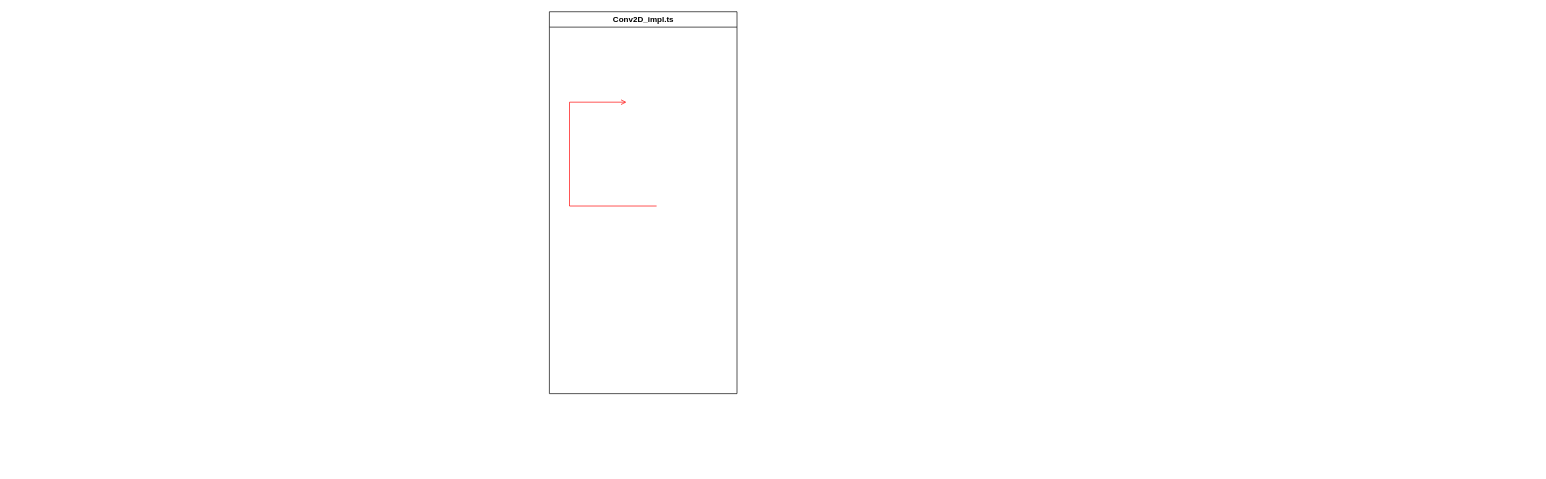
Earlier version of the draw.io diagram Untitled Diagram.drawio (haoyunfeix/note). Source tidied: cells renumbered, new cells numbered last; positions are measured from the earlier drawing's top-left corner, leaving out a move shared by most shapes. Both pictures are drawn from the tidied source at 67%, with x=0, y=0 at pixel (549, 11).
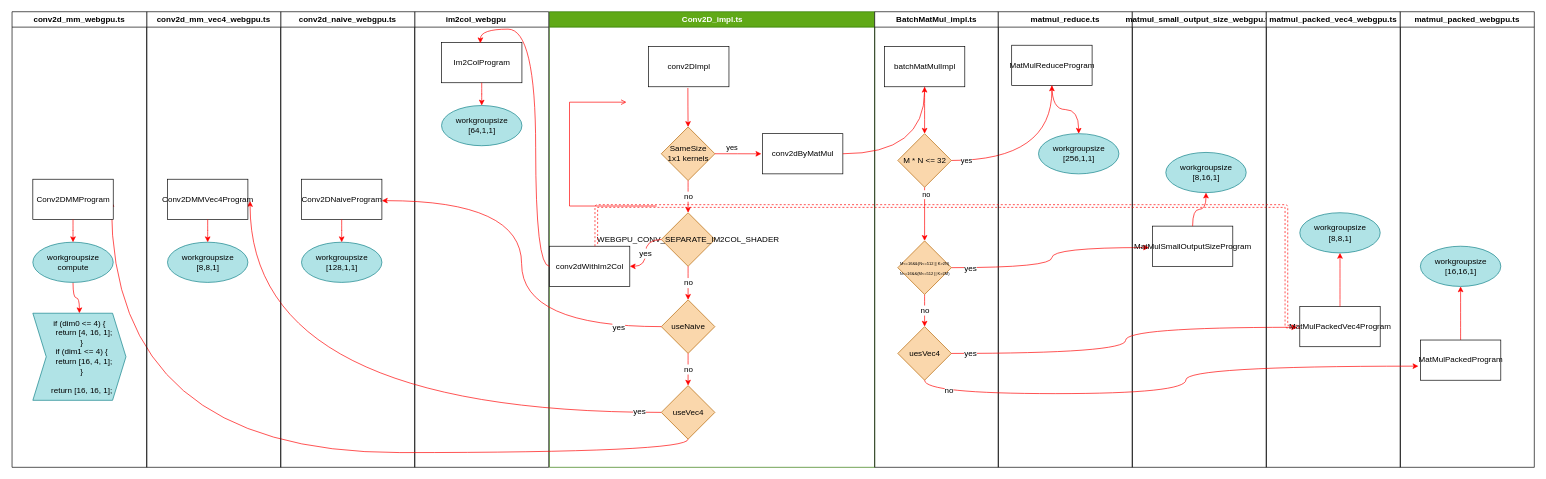
The same diagram, later.

Change to the diagram source:
```diff
@@
-    <mxCell id="2" value="Conv2D_impl.ts" style="swimlane;whiteSpace=wrap;" parent="1" vertex="1">
-      <mxGeometry x="0.5" width="280" height="570" as="geometry" />
+    <mxCell id="2" value="Conv2D_impl.ts" style="swimlane;whiteSpace=wrap;fillColor=#60a917;fontColor=#ffffff;strokeColor=#2D7600;" parent="1" vertex="1">
+      <mxGeometry x="0.5" width="485.5" height="680" as="geometry" />
     </mxCell>
@@
+    <mxCell id="4" value="conv2DImpl" style="rounded=0;whiteSpace=wrap;html=1;" parent="2" vertex="1">
+      <mxGeometry x="148" y="52" width="120" height="60" as="geometry" />
+    </mxCell>
+    <mxCell id="5" value="conv2dByMatMul" style="whiteSpace=wrap;html=1;fillColor=rgb(255, 255, 255);strokeColor=rgb(0, 0, 0);fontColor=rgb(0, 0, 0);rounded=0;" parent="2" vertex="1">
+      <mxGeometry x="318" y="182" width="120" height="60" as="geometry" />
+    </mxCell>
+    <mxCell id="6" value="SameSize&lt;br&gt;1x1 kernels" style="rhombus;whiteSpace=wrap;html=1;fillColor=#fad7ac;strokeColor=#b46504;rounded=0;" parent="2" vertex="1">
+      <mxGeometry x="167" y="172" width="80" height="80" as="geometry" />
+    </mxCell>
+    <mxCell id="7" style="edgeStyle=orthogonalEdgeStyle;jettySize=auto;html=1;fillColor=#e51400;strokeColor=#ff0000;curved=1;exitX=0.489;exitY=1.03;exitDx=0;exitDy=0;exitPerimeter=0;" parent="2" edge="1" source="4" target="6">
+      <mxGeometry relative="1" as="geometry" />
+    </mxCell>
+    <mxCell id="8" value="yes" style="edgeStyle=orthogonalEdgeStyle;curved=1;jettySize=auto;html=1;entryX=-0.014;entryY=0.501;entryDx=0;entryDy=0;entryPerimeter=0;align=right;verticalAlign=bottom;labelPosition=left;verticalLabelPosition=top;strokeColor=#FF0000;" parent="2" edge="1" source="6" target="5">
+      <mxGeometry relative="1" as="geometry" />
+    </mxCell>
+    <mxCell id="9" value="conv2dWithIm2Col" style="whiteSpace=wrap;html=1;fillColor=rgb(255, 255, 255);strokeColor=rgb(0, 0, 0);fontColor=rgb(0, 0, 0);rounded=0;" parent="2" vertex="1">
+      <mxGeometry y="350" width="120" height="60" as="geometry" />
+    </mxCell>
+    <mxCell id="10" value="useNaive" style="rhombus;whiteSpace=wrap;html=1;rounded=0;fillColor=#fad7ac;strokeColor=#b46504;" parent="2" vertex="1">
+      <mxGeometry x="167" y="430" width="80" height="80" as="geometry" />
+    </mxCell>
+    <mxCell id="11" value="WEBGPU_CONV_SEPARATE_IM2COL_SHADER" style="rhombus;whiteSpace=wrap;html=1;fillColor=#fad7ac;strokeColor=#b46504;rounded=0;" parent="2" vertex="1">
+      <mxGeometry x="167" y="300" width="80" height="80" as="geometry" />
+    </mxCell>
+    <mxCell id="12" value="no" style="edgeStyle=orthogonalEdgeStyle;curved=1;jettySize=auto;html=1;fontSize=12;strokeColor=#ff0000;" parent="2" edge="1" source="6" target="11">
+      <mxGeometry relative="1" as="geometry" />
+    </mxCell>
+    <mxCell id="13" value="yes" style="edgeStyle=orthogonalEdgeStyle;curved=1;jettySize=auto;html=1;fontSize=12;strokeColor=#FF0000;" parent="2" edge="1" source="11" target="9">
+      <mxGeometry relative="1" as="geometry" />
+    </mxCell>
+    <mxCell id="14" value="no" style="edgeStyle=orthogonalEdgeStyle;curved=1;jettySize=auto;html=1;fontSize=12;strokeColor=#FF0000;" parent="2" edge="1" source="11" target="10">
+      <mxGeometry relative="1" as="geometry" />
+    </mxCell>
+    <mxCell id="15" value="BatchMatMul_impl.ts" style="swimlane;whiteSpace=wrap;" parent="1" vertex="1">
+      <mxGeometry x="486" width="184.5" height="680" as="geometry" />
+    </mxCell>
+    <mxCell id="16" value="batchMatMulImpl" style="whiteSpace=wrap;html=1;fillColor=rgb(255, 255, 255);strokeColor=rgb(0, 0, 0);fontColor=rgb(0, 0, 0);rounded=0;" parent="15" vertex="1">
+      <mxGeometry x="14.5" y="52" width="120" height="60" as="geometry" />
+    </mxCell>
+    <mxCell id="17" value="&lt;font style=&quot;font-size: 12px;&quot;&gt;uesVec4&lt;br style=&quot;font-size: 12px;&quot;&gt;&lt;/font&gt;" style="rhombus;whiteSpace=wrap;html=1;fillColor=#fad7ac;strokeColor=#b46504;rounded=0;fontSize=12;" parent="15" vertex="1">
+      <mxGeometry x="34.5" y="470" width="80" height="80" as="geometry" />
+    </mxCell>
+    <mxCell id="18" style="edgeStyle=orthogonalEdgeStyle;curved=1;jettySize=auto;html=1;strokeColor=#ff0000;" parent="1" edge="1" source="5" target="16">
+      <mxGeometry relative="1" as="geometry" />
+    </mxCell>
+    <mxCell id="19" style="edgeStyle=orthogonalEdgeStyle;curved=1;jettySize=auto;html=1;strokeColor=#ff0000;" parent="1" edge="1" source="23">
+      <mxGeometry relative="1" as="geometry">
+        <mxPoint x="750.5" y="110" as="targetPoint" />
+      </mxGeometry>
+    </mxCell>
+    <mxCell id="20" value="yes" style="edgeLabel;html=1;align=center;verticalAlign=middle;" parent="19" vertex="1">
+      <mxGeometry x="-0.83" y="1" relative="1" as="geometry" />
+    </mxCell>
+    <mxCell id="21" style="edgeStyle=orthogonalEdgeStyle;curved=1;jettySize=auto;html=1;strokeColor=#ff0000;" parent="1" edge="1" source="23" target="32">
+      <mxGeometry relative="1" as="geometry" />
+    </mxCell>
+    <mxCell id="22" value="no" style="edgeLabel;html=1;align=center;verticalAlign=middle;" parent="21" vertex="1">
+      <mxGeometry x="-0.76" y="2" relative="1" as="geometry" />
+    </mxCell>
+    <mxCell id="23" value="M * N &amp;lt;= 32" style="rhombus;whiteSpace=wrap;html=1;fillColor=#fad7ac;strokeColor=#b46504;rounded=0;" parent="1" vertex="1">
+      <mxGeometry x="520.5" y="182" width="80" height="80" as="geometry" />
+    </mxCell>
+    <mxCell id="24" style="edgeStyle=orthogonalEdgeStyle;curved=1;jettySize=auto;html=1;strokeColor=#ff0000;" parent="1" edge="1" source="16" target="23">
+      <mxGeometry relative="1" as="geometry" />
+    </mxCell>
+    <mxCell id="25" value="matmul_reduce.ts" style="swimlane;" parent="1" vertex="1">
+      <mxGeometry x="670.5" width="200" height="680" as="geometry" />
+    </mxCell>
+    <mxCell id="26" value="MatMulReduceProgram" style="whiteSpace=wrap;html=1;fillColor=rgb(255, 255, 255);strokeColor=rgb(0, 0, 0);fontColor=rgb(0, 0, 0);rounded=0;" parent="25" vertex="1">
+      <mxGeometry x="20" y="50" width="120" height="60" as="geometry" />
+    </mxCell>
+    <mxCell id="27" value="workgroupsize&lt;br&gt;[256,1,1]" style="ellipse;whiteSpace=wrap;html=1;fillColor=#b0e3e6;strokeColor=#0e8088;rounded=0;" parent="25" vertex="1">
+      <mxGeometry x="60" y="182" width="120" height="60" as="geometry" />
+    </mxCell>
+    <mxCell id="28" style="edgeStyle=orthogonalEdgeStyle;curved=1;jettySize=auto;html=1;strokeColor=#ff0000;" parent="25" edge="1" source="26" target="27">
+      <mxGeometry relative="1" as="geometry" />
+    </mxCell>
+    <mxCell id="29" style="edgeStyle=orthogonalEdgeStyle;curved=1;jettySize=auto;html=1;fontSize=6;strokeColor=#ff0000;entryX=-0.042;entryY=0.533;entryDx=0;entryDy=0;entryPerimeter=0;" parent="1" edge="1" source="32" target="34">
+      <mxGeometry relative="1" as="geometry" />
+    </mxCell>
+    <mxCell id="30" value="yes" style="edgeLabel;html=1;align=center;verticalAlign=middle;fontSize=12;" parent="29" vertex="1">
+      <mxGeometry x="-0.83" relative="1" as="geometry" />
+    </mxCell>
+    <mxCell id="31" value="no" style="edgeStyle=orthogonalEdgeStyle;curved=1;jettySize=auto;html=1;fontSize=12;strokeColor=#ff0000;" parent="1" edge="1" source="32" target="17">
+      <mxGeometry relative="1" as="geometry" />
+    </mxCell>
+    <mxCell id="32" value="&lt;font style=&quot;font-size: 6px&quot;&gt;M&amp;lt;=16&amp;amp;&amp;amp;(N&amp;lt;=512 || K&amp;gt;2N)&lt;br&gt;N&amp;lt;=16&amp;amp;&amp;amp;(M&amp;lt;=512 || K&amp;gt;2M)&lt;br&gt;&lt;/font&gt;" style="rhombus;whiteSpace=wrap;html=1;fillColor=#fad7ac;strokeColor=#b46504;rounded=0;" parent="1" vertex="1">
+      <mxGeometry x="520.5" y="342" width="80" height="80" as="geometry" />
+    </mxCell>
+    <mxCell id="33" value="matmul_small_output_size_webgpu.ts" style="swimlane;fontSize=12;" parent="1" vertex="1">
+      <mxGeometry x="870.5" width="200" height="680" as="geometry" />
+    </mxCell>
+    <mxCell id="34" value="MatMulSmallOutputSizeProgram" style="whiteSpace=wrap;html=1;fillColor=rgb(255, 255, 255);strokeColor=rgb(0, 0, 0);fontColor=rgb(0, 0, 0);rounded=0;" parent="33" vertex="1">
+      <mxGeometry x="30" y="320" width="120" height="60" as="geometry" />
+    </mxCell>
+    <mxCell id="35" value="workgroupsize&lt;br&gt;[8,16,1]" style="ellipse;whiteSpace=wrap;html=1;fillColor=#b0e3e6;strokeColor=#0e8088;rounded=0;" parent="33" vertex="1">
+      <mxGeometry x="50" y="210" width="120" height="60" as="geometry" />
+    </mxCell>
+    <mxCell id="36" style="edgeStyle=orthogonalEdgeStyle;curved=1;jettySize=auto;html=1;fontSize=12;strokeColor=#ff0000;" parent="33" edge="1" source="34" target="35">
+      <mxGeometry relative="1" as="geometry" />
+    </mxCell>
+    <mxCell id="37" style="edgeStyle=orthogonalEdgeStyle;curved=1;jettySize=auto;html=1;fontSize=12;strokeColor=#ff0000;entryX=-0.033;entryY=0.517;entryDx=0;entryDy=0;entryPerimeter=0;" parent="1" edge="1" source="17" target="40">
+      <mxGeometry relative="1" as="geometry" />
+    </mxCell>
+    <mxCell id="38" value="yes" style="edgeLabel;html=1;align=center;verticalAlign=middle;fontSize=12;" parent="37" vertex="1">
+      <mxGeometry x="-0.9" relative="1" as="geometry" />
+    </mxCell>
+    <mxCell id="39" value="matmul_packed_vec4_webgpu.ts" style="swimlane;fontSize=12;" parent="1" vertex="1">
+      <mxGeometry x="1070.5" width="200" height="680" as="geometry" />
+    </mxCell>
+    <mxCell id="40" value="MatMulPackedVec4Program" style="whiteSpace=wrap;html=1;fillColor=rgb(255, 255, 255);strokeColor=rgb(0, 0, 0);fontColor=rgb(0, 0, 0);rounded=0;" parent="39" vertex="1">
+      <mxGeometry x="50" y="440" width="120" height="60" as="geometry" />
+    </mxCell>
+    <mxCell id="41" value="matmul_packed_webgpu.ts" style="swimlane;fontSize=12;" parent="1" vertex="1">
+      <mxGeometry x="1270.5" width="200" height="680" as="geometry" />
+    </mxCell>
+    <mxCell id="42" style="edgeStyle=orthogonalEdgeStyle;curved=1;jettySize=auto;html=1;fontSize=12;strokeColor=#ff0000;" parent="41" edge="1" source="43" target="44">
+      <mxGeometry relative="1" as="geometry" />
+    </mxCell>
+    <mxCell id="43" value="MatMulPackedProgram" style="whiteSpace=wrap;html=1;fillColor=rgb(255, 255, 255);strokeColor=rgb(0, 0, 0);fontColor=rgb(0, 0, 0);rounded=0;" parent="41" vertex="1">
+      <mxGeometry x="30" y="490" width="120" height="60" as="geometry" />
+    </mxCell>
+    <mxCell id="44" value="workgroupsize&lt;br&gt;[16,16,1]" style="ellipse;whiteSpace=wrap;html=1;fillColor=#b0e3e6;strokeColor=#0e8088;rounded=0;" parent="41" vertex="1">
+      <mxGeometry x="30" y="350" width="120" height="60" as="geometry" />
+    </mxCell>
+    <mxCell id="45" value="workgroupsize&lt;br&gt;[8,8,1]" style="ellipse;whiteSpace=wrap;html=1;fillColor=#b0e3e6;strokeColor=#0e8088;rounded=0;" parent="1" vertex="1">
+      <mxGeometry x="1120.5" y="300" width="120" height="60" as="geometry" />
+    </mxCell>
+    <mxCell id="46" style="edgeStyle=orthogonalEdgeStyle;curved=1;jettySize=auto;html=1;fontSize=12;strokeColor=#ff0000;" parent="1" edge="1" source="40" target="45">
+      <mxGeometry relative="1" as="geometry" />
+    </mxCell>
+    <mxCell id="47" style="edgeStyle=orthogonalEdgeStyle;curved=1;jettySize=auto;html=1;fontSize=12;strokeColor=#ff0000;exitX=0.5;exitY=1;exitDx=0;exitDy=0;entryX=-0.025;entryY=0.65;entryDx=0;entryDy=0;entryPerimeter=0;" parent="1" edge="1" source="17" target="43">
+      <mxGeometry relative="1" as="geometry" />
+    </mxCell>
+    <mxCell id="48" value="no" style="edgeLabel;html=1;align=center;verticalAlign=middle;fontSize=12;" parent="47" vertex="1">
+      <mxGeometry x="-0.86" y="6" relative="1" as="geometry" />
+    </mxCell>
+    <mxCell id="49" value="im2col_webgpu     " style="swimlane;fontSize=12;" parent="1" vertex="1">
+      <mxGeometry x="-200.5" width="200" height="680" as="geometry" />
+    </mxCell>
+    <mxCell id="50" value="Im2ColProgram" style="whiteSpace=wrap;html=1;fillColor=rgb(255, 255, 255);strokeColor=rgb(0, 0, 0);fontColor=rgb(0, 0, 0);rounded=0;" parent="49" vertex="1">
+      <mxGeometry x="40" y="46" width="120" height="60" as="geometry" />
+    </mxCell>
+    <mxCell id="51" value="workgroupsize&lt;br&gt;[64,1,1]" style="ellipse;whiteSpace=wrap;html=1;fillColor=#b0e3e6;strokeColor=#0e8088;rounded=0;" parent="49" vertex="1">
+      <mxGeometry x="40" y="140" width="120" height="60" as="geometry" />
+    </mxCell>
+    <mxCell id="52" style="edgeStyle=orthogonalEdgeStyle;curved=1;jettySize=auto;html=1;fontSize=12;strokeColor=#FF0000;" parent="49" edge="1" source="50" target="51">
+      <mxGeometry relative="1" as="geometry" />
+    </mxCell>
+    <mxCell id="53" style="edgeStyle=orthogonalEdgeStyle;curved=1;jettySize=auto;html=1;fontSize=12;strokeColor=#FF0000;entryX=0.483;entryY=0.017;entryDx=0;entryDy=0;entryPerimeter=0;" parent="1" edge="1" source="9" target="50">
+      <mxGeometry relative="1" as="geometry" />
+    </mxCell>
+    <mxCell id="54" style="edgeStyle=orthogonalEdgeStyle;curved=1;jettySize=auto;html=1;fontSize=12;strokeColor=#FF0000;dashed=1;shape=link;" parent="1" edge="1" source="9" target="40">
+      <mxGeometry relative="1" as="geometry">
+        <Array as="points">
+          <mxPoint x="70.5" y="290" />
+          <mxPoint x="1100.5" y="290" />
+          <mxPoint x="1100.5" y="470" />
+        </Array>
+      </mxGeometry>
+    </mxCell>
+    <mxCell id="55" value="conv2d_naive_webgpu.ts" style="swimlane;fontSize=12;" parent="1" vertex="1">
+      <mxGeometry x="-400.5" width="200" height="680" as="geometry" />
+    </mxCell>
+    <mxCell id="56" value="Conv2DNaiveProgram" style="whiteSpace=wrap;html=1;fillColor=rgb(255, 255, 255);strokeColor=rgb(0, 0, 0);fontColor=rgb(0, 0, 0);rounded=0;" parent="55" vertex="1">
+      <mxGeometry x="31" y="250" width="120" height="60" as="geometry" />
+    </mxCell>
+    <mxCell id="57" value="workgroupsize&lt;br&gt;[128,1,1]" style="ellipse;whiteSpace=wrap;html=1;fillColor=#b0e3e6;strokeColor=#0e8088;rounded=0;" parent="55" vertex="1">
+      <mxGeometry x="31" y="344" width="120" height="60" as="geometry" />
+    </mxCell>
+    <mxCell id="58" style="edgeStyle=orthogonalEdgeStyle;curved=1;jettySize=auto;html=1;fontSize=12;strokeColor=#FF0000;" parent="55" edge="1" source="56" target="57">
+      <mxGeometry relative="1" as="geometry" />
+    </mxCell>
+    <mxCell id="59" style="edgeStyle=orthogonalEdgeStyle;curved=1;jettySize=auto;html=1;fontSize=12;strokeColor=#FF0000;entryX=1;entryY=0.533;entryDx=0;entryDy=0;entryPerimeter=0;" parent="1" edge="1" source="10" target="56">
+      <mxGeometry relative="1" as="geometry" />
+    </mxCell>
+    <mxCell id="60" value="yes" style="edgeLabel;html=1;align=center;verticalAlign=middle;fontSize=12;" parent="59" vertex="1">
+      <mxGeometry x="-0.79" y="1" relative="1" as="geometry" />
+    </mxCell>
+    <mxCell id="61" style="edgeStyle=orthogonalEdgeStyle;curved=1;jettySize=auto;html=1;entryX=1.027;entryY=0.543;entryDx=0;entryDy=0;entryPerimeter=0;fontSize=12;strokeColor=#FF0000;" parent="1" edge="1" source="64" target="67">
+      <mxGeometry relative="1" as="geometry" />
+    </mxCell>
+    <mxCell id="62" value="yes" style="edgeLabel;html=1;align=center;verticalAlign=middle;fontSize=12;" parent="61" vertex="1">
+      <mxGeometry x="-0.93" y="-2" relative="1" as="geometry" />
+    </mxCell>
+    <mxCell id="63" style="edgeStyle=orthogonalEdgeStyle;curved=1;jettySize=auto;html=1;exitX=0.5;exitY=1;exitDx=0;exitDy=0;entryX=0.978;entryY=0.543;entryDx=0;entryDy=0;entryPerimeter=0;fontSize=12;strokeColor=#FF0000;" parent="1" edge="1" source="64" target="71">
+      <mxGeometry relative="1" as="geometry" />
+    </mxCell>
+    <mxCell id="64" value="useVec4" style="rhombus;whiteSpace=wrap;html=1;fillColor=#fad7ac;strokeColor=#b46504;fontColor=rgb(0, 0, 0);rounded=0;" parent="1" vertex="1">
+      <mxGeometry x="167.5" y="558" width="80" height="80" as="geometry" />
+    </mxCell>
+    <mxCell id="65" value="no" style="edgeStyle=orthogonalEdgeStyle;curved=1;jettySize=auto;html=1;fontSize=12;strokeColor=#FF0000;" parent="1" edge="1" source="10" target="64">
+      <mxGeometry relative="1" as="geometry" />
+    </mxCell>
+    <mxCell id="66" value="conv2d_mm_vec4_webgpu.ts" style="swimlane;fontSize=12;" parent="1" vertex="1">
+      <mxGeometry x="-600.5" width="200" height="680" as="geometry" />
+    </mxCell>
+    <mxCell id="67" value="Conv2DMMVec4Program" style="whiteSpace=wrap;html=1;fillColor=rgb(255, 255, 255);strokeColor=rgb(0, 0, 0);fontColor=rgb(0, 0, 0);rounded=0;" parent="66" vertex="1">
+      <mxGeometry x="31" y="250" width="120" height="60" as="geometry" />
+    </mxCell>
+    <mxCell id="68" value="workgroupsize&lt;br&gt;[8,8,1]" style="ellipse;whiteSpace=wrap;html=1;fillColor=#b0e3e6;strokeColor=#0e8088;rounded=0;" parent="66" vertex="1">
+      <mxGeometry x="31" y="344" width="120" height="60" as="geometry" />
+    </mxCell>
+    <mxCell id="69" style="edgeStyle=orthogonalEdgeStyle;curved=1;jettySize=auto;html=1;fontSize=12;strokeColor=#FF0000;" parent="66" edge="1" source="67" target="68">
+      <mxGeometry relative="1" as="geometry" />
+    </mxCell>
+    <mxCell id="70" value="conv2d_mm_webgpu.ts" style="swimlane;fontSize=12;" parent="1" vertex="1">
+      <mxGeometry x="-801.5" width="201" height="680" as="geometry" />
+    </mxCell>
+    <mxCell id="71" value="Conv2DMMProgram" style="whiteSpace=wrap;html=1;fillColor=rgb(255, 255, 255);strokeColor=rgb(0, 0, 0);fontColor=rgb(0, 0, 0);rounded=0;" parent="70" vertex="1">
+      <mxGeometry x="31" y="250" width="120" height="60" as="geometry" />
+    </mxCell>
+    <mxCell id="72" style="edgeStyle=orthogonalEdgeStyle;curved=1;jettySize=auto;html=1;fontSize=12;strokeColor=#FF0000;" parent="70" edge="1" source="73" target="75">
+      <mxGeometry relative="1" as="geometry" />
+    </mxCell>
+    <mxCell id="73" value="workgroupsize&lt;br&gt;compute" style="ellipse;whiteSpace=wrap;html=1;fillColor=#b0e3e6;strokeColor=#0e8088;rounded=0;" parent="70" vertex="1">
+      <mxGeometry x="31" y="344" width="120" height="60" as="geometry" />
+    </mxCell>
+    <mxCell id="74" style="edgeStyle=orthogonalEdgeStyle;curved=1;jettySize=auto;html=1;fontSize=12;strokeColor=#FF0000;" parent="70" edge="1" source="71" target="73">
+      <mxGeometry relative="1" as="geometry" />
+    </mxCell>
+    <mxCell id="75" value="&lt;div&gt;if (dim0 &amp;lt;= 4) {&lt;/div&gt;&lt;div&gt;&amp;nbsp; &amp;nbsp; return [4, 16, 1];&lt;/div&gt;&lt;div&gt;&amp;nbsp; }&lt;/div&gt;&lt;div&gt;&amp;nbsp; if (dim1 &amp;lt;= 4) {&lt;/div&gt;&lt;div&gt;&amp;nbsp; &amp;nbsp; return [16, 4, 1];&lt;/div&gt;&lt;div&gt;&amp;nbsp; }&lt;/div&gt;&lt;div&gt;&lt;br&gt;&lt;/div&gt;&lt;div&gt;&amp;nbsp; return [16, 16, 1];&lt;/div&gt;" style="shape=step;perimeter=stepPerimeter;whiteSpace=wrap;html=1;fixedSize=1;fillColor=#b0e3e6;strokeColor=#0e8088;fontColor=rgb(0, 0, 0);rounded=0;" parent="70" vertex="1">
+      <mxGeometry x="31" y="450" width="139" height="130" as="geometry" />
+    </mxCell>
```
